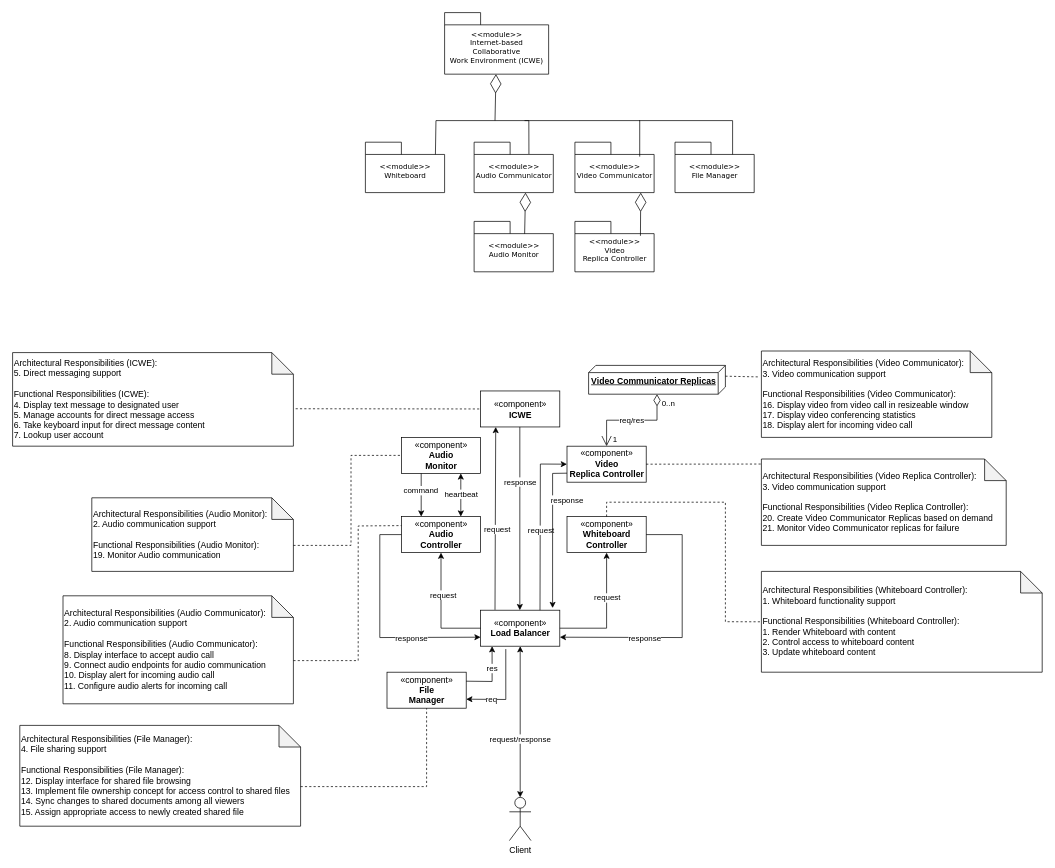
The draw.io diagram page "AD4_File_Sharing" (5 of 6) of Project_Checkpoint_4.drawio in james-mcallister/diagrams, before the edit. Source tidied: cells renumbered, new cells numbered last; positions are measured from the earlier drawing's top-left corner, leaving out a move shared by most shapes. Both pictures are drawn from the tidied source at 72%, with x=0, y=0 at pixel (12, 12).
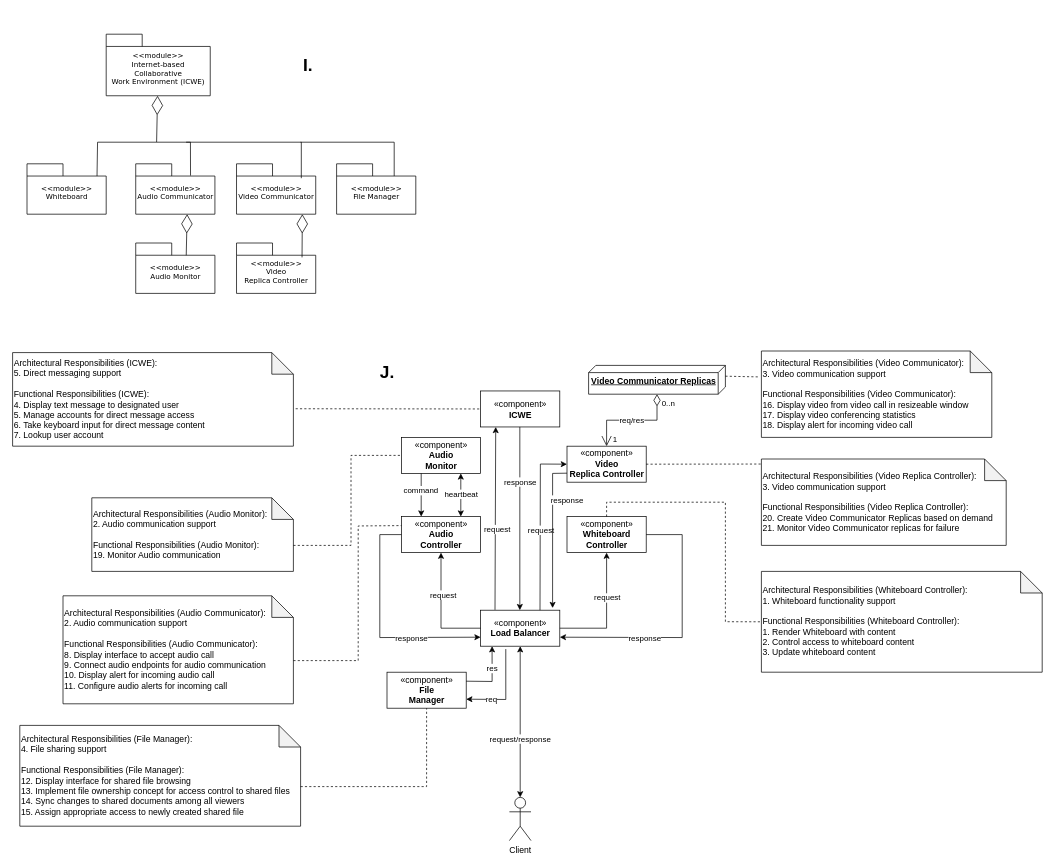
The same diagram, later.

Unchanged cells that the change refers to:
```xml
<mxCell id="3" value="&lt;span style=&quot;font-weight: normal;&quot;&gt;&amp;lt;&amp;lt;module&amp;gt;&amp;gt;&lt;br&gt;Internet-based &lt;br&gt;Collaborative &lt;br&gt;Work Environment (ICWE)&lt;/span&gt;" style="shape=folder;fontStyle=1;spacingTop=10;tabWidth=50;tabHeight=17;tabPosition=left;html=1;rounded=0;shadow=0;comic=0;labelBackgroundColor=none;strokeWidth=1;fontFamily=Verdana;fontSize=10;align=center;" parent="2" vertex="1">
  <mxGeometry width="144.5" height="85.5" as="geometry" />
</mxCell>
<mxCell id="8" value="&lt;span style=&quot;font-weight: normal;&quot;&gt;&amp;lt;&amp;lt;module&amp;gt;&amp;gt;&lt;br&gt;Whiteboard&lt;br&gt;&lt;/span&gt;" style="shape=folder;fontStyle=1;spacingTop=10;tabWidth=50;tabHeight=17;tabPosition=left;html=1;rounded=0;shadow=0;comic=0;labelBackgroundColor=none;strokeWidth=1;fontFamily=Verdana;fontSize=10;align=center;" parent="7" vertex="1">
  <mxGeometry width="110" height="70" as="geometry" />
</mxCell>
<mxCell id="14" value="&lt;span style=&quot;font-weight: normal;&quot;&gt;&amp;lt;&amp;lt;module&amp;gt;&amp;gt;&lt;br&gt;Audio Communicator&lt;br&gt;&lt;/span&gt;" style="shape=folder;fontStyle=1;spacingTop=10;tabWidth=50;tabHeight=17;tabPosition=left;html=1;rounded=0;shadow=0;comic=0;labelBackgroundColor=none;strokeWidth=1;fontFamily=Verdana;fontSize=10;align=center;" parent="13" vertex="1">
  <mxGeometry width="110" height="70" as="geometry" />
</mxCell>
<mxCell id="44" value="&lt;span style=&quot;font-weight: normal;&quot;&gt;&amp;lt;&amp;lt;module&amp;gt;&amp;gt;&lt;br&gt;Video Communicator&lt;br&gt;&lt;/span&gt;" style="shape=folder;fontStyle=1;spacingTop=10;tabWidth=50;tabHeight=17;tabPosition=left;html=1;rounded=0;shadow=0;comic=0;labelBackgroundColor=none;strokeWidth=1;fontFamily=Verdana;fontSize=10;align=center;" parent="43" vertex="1">
  <mxGeometry width="110" height="70" as="geometry" />
</mxCell>
<mxCell id="64" value="&lt;span style=&quot;font-weight: normal;&quot;&gt;&amp;lt;&amp;lt;module&amp;gt;&amp;gt;&lt;br&gt;File Manager&lt;br&gt;&lt;/span&gt;" style="shape=folder;fontStyle=1;spacingTop=10;tabWidth=50;tabHeight=17;tabPosition=left;html=1;rounded=0;shadow=0;comic=0;labelBackgroundColor=none;strokeWidth=1;fontFamily=Verdana;fontSize=10;align=center;" parent="63" vertex="1">
  <mxGeometry width="110" height="70" as="geometry" />
</mxCell>
```

Change to the diagram source:
```diff
@@
     <mxCell id="2" style="group;" parent="1" vertex="1">
-      <mxGeometry x="600" width="144.5" height="85.5" as="geometry" />
+      <mxGeometry x="130" y="30" width="144.5" height="85.5" as="geometry" />
     </mxCell>
@@
     <mxCell id="7" style="group;" parent="1" vertex="1">
-      <mxGeometry x="490" y="180" width="110" height="70" as="geometry" />
+      <mxGeometry x="20" y="210" width="110" height="70" as="geometry" />
     </mxCell>
@@
     <mxCell id="9" style="endArrow=diamondThin;endFill=0;endSize=24;html=1;rounded=0;" parent="1" edge="1" target="3">
       <mxGeometry relative="1" as="geometry">
-        <mxPoint x="670" y="150" as="sourcePoint" />
+        <mxPoint x="200" y="180" as="sourcePoint" />
       </mxGeometry>
     </mxCell>
@@
     <mxCell id="13" style="group;" parent="1" vertex="1">
-      <mxGeometry x="641" y="180" width="110" height="70" as="geometry" />
+      <mxGeometry x="171" y="210" width="110" height="70" as="geometry" />
     </mxCell>
@@
     <mxCell id="15" style="endArrow=none;html=1;rounded=0;exitX=0;exitY=0;exitDx=97.25;exitDy=17;exitPerimeter=0;" parent="1" edge="1" source="8">
       <mxGeometry relative="1" as="geometry">
-        <mxPoint x="670" y="150" as="targetPoint" />
+        <mxPoint x="200" y="180" as="targetPoint" />
         <Array as="points">
-          <mxPoint x="588" y="150" />
+          <mxPoint x="118" y="180" />
         </Array>
       </mxGeometry>
     </mxCell>
     <mxCell id="16" style="endArrow=none;html=1;rounded=0;exitX=0.692;exitY=0.234;exitDx=0;exitDy=0;exitPerimeter=0;" parent="1" edge="1" source="14">
       <mxGeometry relative="1" as="geometry">
-        <mxPoint x="670" y="150" as="targetPoint" />
+        <mxPoint x="200" y="180" as="targetPoint" />
         <Array as="points">
-          <mxPoint x="717" y="150" />
+          <mxPoint x="247" y="180" />
         </Array>
       </mxGeometry>
     </mxCell>
@@
     <mxCell id="34" style="endArrow=diamondThin;endFill=0;endSize=24;html=1;rounded=0;" parent="1" edge="1">
       <mxGeometry relative="1" as="geometry">
-        <mxPoint x="711" y="314.5" as="sourcePoint" />
-        <mxPoint x="712.4" y="250" as="targetPoint" />
+        <mxPoint x="241" y="344.5" as="sourcePoint" />
+        <mxPoint x="242.4" y="280" as="targetPoint" />
       </mxGeometry>
     </mxCell>
     <mxCell id="35" style="group;" parent="1" vertex="1">
-      <mxGeometry x="641" y="290" width="110" height="70" as="geometry" />
+      <mxGeometry x="171" y="320" width="110" height="70" as="geometry" />
     </mxCell>
@@
     <mxCell id="43" style="group;" parent="1" vertex="1">
-      <mxGeometry x="781" y="180" width="110" height="70" as="geometry" />
+      <mxGeometry x="311" y="210" width="110" height="70" as="geometry" />
     </mxCell>
@@
     <mxCell id="45" style="endArrow=none;html=1;rounded=0;entryX=0.818;entryY=0.286;entryDx=0;entryDy=0;entryPerimeter=0;" parent="1" edge="1" target="44">
       <mxGeometry relative="1" as="geometry">
-        <mxPoint x="711" y="150" as="sourcePoint" />
+        <mxPoint x="241" y="180" as="sourcePoint" />
         <Array as="points">
-          <mxPoint x="871" y="150" />
+          <mxPoint x="401" y="180" />
         </Array>
       </mxGeometry>
     </mxCell>
     <mxCell id="46" style="group;" parent="1" vertex="1">
-      <mxGeometry x="781" y="290" width="110" height="70" as="geometry" />
+      <mxGeometry x="311" y="320" width="110" height="70" as="geometry" />
     </mxCell>
@@
     <mxCell id="48" style="endArrow=diamondThin;endFill=0;endSize=24;html=1;rounded=0;" parent="1" edge="1">
       <mxGeometry relative="1" as="geometry">
-        <mxPoint x="872" y="310" as="sourcePoint" />
-        <mxPoint x="872.4" y="250" as="targetPoint" />
+        <mxPoint x="402" y="340" as="sourcePoint" />
+        <mxPoint x="402.4" y="280" as="targetPoint" />
       </mxGeometry>
     </mxCell>
@@
     <mxCell id="63" style="group;" parent="1" vertex="1">
-      <mxGeometry x="920" y="180" width="110" height="70" as="geometry" />
+      <mxGeometry x="450" y="210" width="110" height="70" as="geometry" />
     </mxCell>
@@
     <mxCell id="65" style="endArrow=none;html=1;rounded=0;exitX=0;exitY=0;exitDx=80;exitDy=17;exitPerimeter=0;" parent="1" edge="1" source="64">
       <mxGeometry relative="1" as="geometry">
-        <mxPoint x="870" y="150" as="targetPoint" />
+        <mxPoint x="400" y="180" as="targetPoint" />
         <Array as="points">
-          <mxPoint x="1000" y="150" />
+          <mxPoint x="530" y="180" />
         </Array>
       </mxGeometry>
     </mxCell>
@@
+    <mxCell id="75" value="I." style="text;strokeColor=none;fillColor=none;html=1;fontSize=24;fontStyle=1;verticalAlign=middle;align=center;" parent="1" vertex="1">
+      <mxGeometry x="360" y="52.8" width="100" height="40" as="geometry" />
+    </mxCell>
+    <mxCell id="76" value="J." style="text;strokeColor=none;fillColor=none;html=1;fontSize=24;fontStyle=1;verticalAlign=middle;align=center;" parent="1" vertex="1">
+      <mxGeometry x="470" y="480" width="100" height="40" as="geometry" />
+    </mxCell>
```
